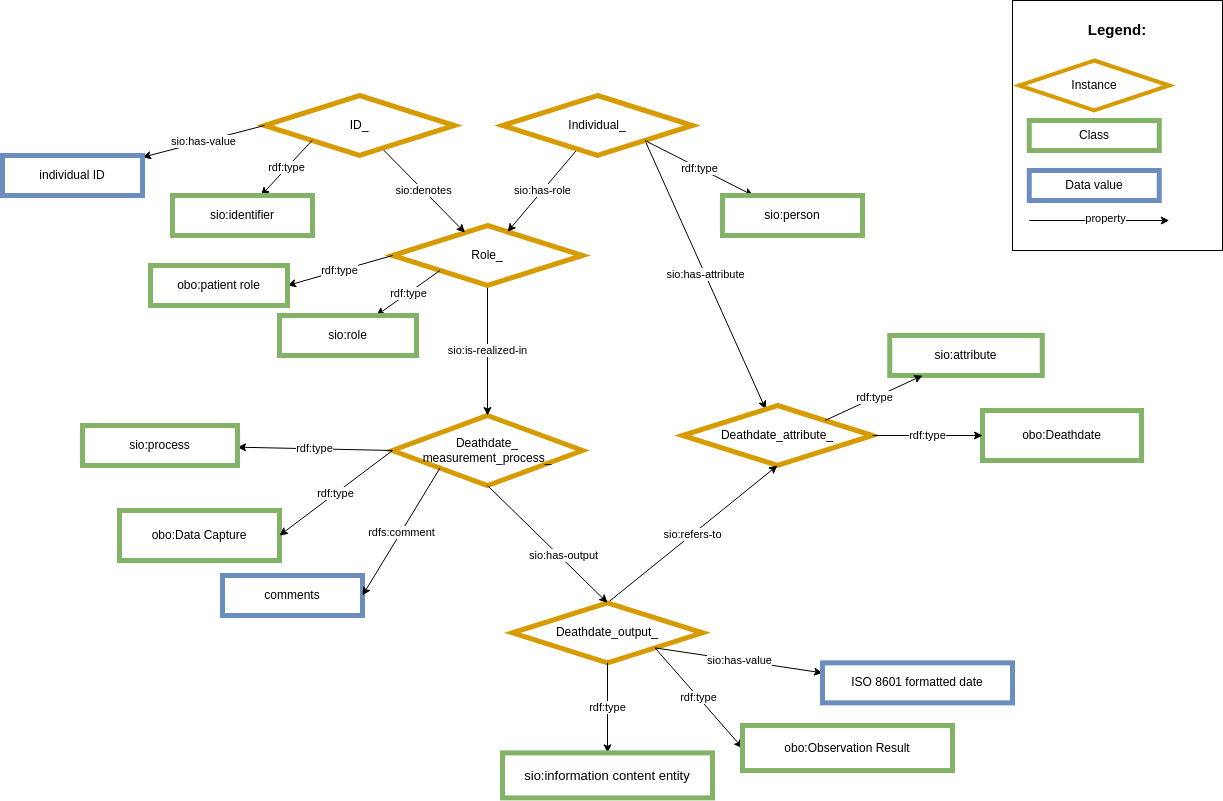
The draw.io diagram images/CARE-SM-Deathdate.png in CARE-SM/CARE-Semantic-Model, before a commit. Source tidied: cells renumbered, new cells last; positions are measured from the earlier drawing's top-left corner, leaving out a move shared by most shapes.
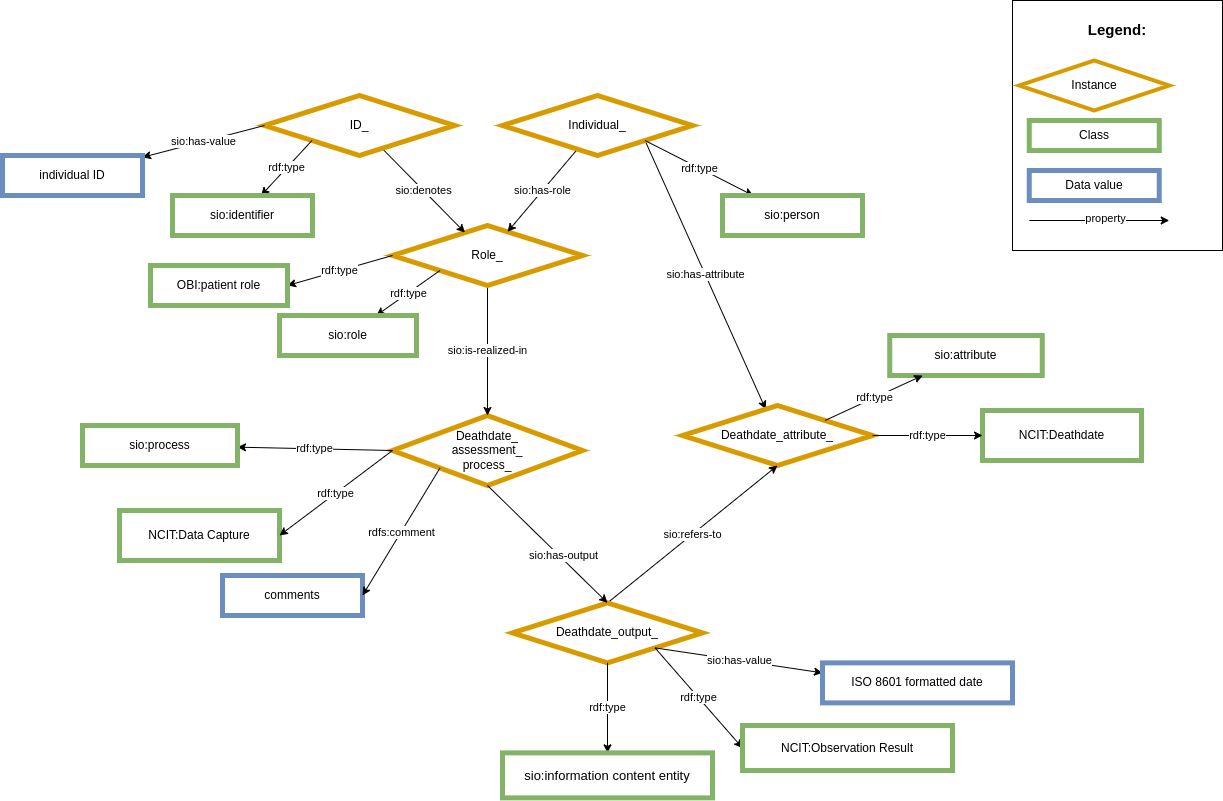
The same file after the commit.

What changed in the source:
```diff
@@ -2,7 +2,7 @@
   <root>
     <mxCell id="0" />
     <mxCell id="1" parent="0" />
-    <mxCell id="2" value="Deathdate_&lt;br&gt;measurement_process_" style="rhombus;whiteSpace=wrap;html=1;fillColor=#FFFFFF;strokeColor=#d79b00;strokeWidth=5;rounded=0;" parent="1" vertex="1">
+    <mxCell id="2" value="Deathdate_&lt;br&gt;assessment_&lt;br&gt;process_" style="rhombus;whiteSpace=wrap;html=1;fillColor=#FFFFFF;strokeColor=#d79b00;strokeWidth=5;rounded=0;" parent="1" vertex="1">
       <mxGeometry x="390" y="415" width="190" height="70" as="geometry" />
     </mxCell>
     <mxCell id="3" value="&lt;span style=&quot;color: rgb(0, 0, 0); font-family: Helvetica; font-size: 11px; font-style: normal; font-variant-ligatures: normal; font-variant-caps: normal; font-weight: 400; letter-spacing: normal; orphans: 2; text-align: center; text-indent: 0px; text-transform: none; widows: 2; word-spacing: 0px; -webkit-text-stroke-width: 0px; background-color: rgb(255, 255, 255); text-decoration-thickness: initial; text-decoration-style: initial; text-decoration-color: initial; float: none; display: inline !important;&quot;&gt;sio:is-realized-in&lt;/span&gt;" style="rounded=0;jettySize=auto;html=1;exitX=0.5;exitY=1;exitDx=0;exitDy=0;entryX=0.5;entryY=0;entryDx=0;entryDy=0;" parent="1" edge="1" source="5" target="2">
@@ -64,7 +64,7 @@
     <mxCell id="21" value="rdf:type" style="edgeStyle=none;rounded=0;jettySize=auto;html=1;exitX=0;exitY=0.5;exitDx=0;exitDy=0;entryX=1;entryY=0.5;entryDx=0;entryDy=0;" parent="1" edge="1" source="5" target="22">
       <mxGeometry relative="1" as="geometry" />
     </mxCell>
-    <mxCell id="22" value="obo:patient role" style="whiteSpace=wrap;html=1;fillColor=#FFFFFF;strokeColor=#82b366;strokeWidth=5;" parent="1" vertex="1">
+    <mxCell id="22" value="OBI:patient role" style="whiteSpace=wrap;html=1;fillColor=#FFFFFF;strokeColor=#82b366;strokeWidth=5;" parent="1" vertex="1">
       <mxGeometry x="148" y="265" width="137" height="40" as="geometry" />
     </mxCell>
     <mxCell id="23" value="sio:refers-to" style="edgeStyle=none;rounded=0;jettySize=auto;html=1;entryX=0.5;entryY=1;entryDx=0;entryDy=0;exitX=0.5;exitY=0;exitDx=0;exitDy=0;" parent="1" edge="1" source="24">
@@ -98,7 +98,7 @@
     <mxCell id="31" value="rdf:type" style="edgeStyle=none;rounded=0;jettySize=auto;html=1;exitX=1;exitY=1;exitDx=0;exitDy=0;entryX=0;entryY=0.5;entryDx=0;entryDy=0;" parent="1" edge="1" source="24" target="32">
       <mxGeometry relative="1" as="geometry" />
     </mxCell>
-    <mxCell id="32" value="obo:Observation Result" style="whiteSpace=wrap;html=1;fillColor=#FFFFFF;strokeColor=#82b366;strokeWidth=5;" parent="1" vertex="1">
+    <mxCell id="32" value="NCIT:Observation Result" style="whiteSpace=wrap;html=1;fillColor=#FFFFFF;strokeColor=#82b366;strokeWidth=5;" parent="1" vertex="1">
       <mxGeometry x="740" y="725" width="210" height="45" as="geometry" />
     </mxCell>
     <mxCell id="33" value="rdf:type" style="edgeStyle=none;rounded=0;jettySize=auto;html=1;exitX=0;exitY=0.5;exitDx=0;exitDy=0;" parent="1" edge="1" source="2" target="34">
@@ -107,13 +107,13 @@
     <mxCell id="34" value="sio:process" style="whiteSpace=wrap;html=1;fillColor=#FFFFFF;strokeColor=#82b366;strokeWidth=5;" parent="1" vertex="1">
       <mxGeometry x="80" y="425" width="155" height="40" as="geometry" />
     </mxCell>
-    <mxCell id="35" value="obo:Data Capture" style="whiteSpace=wrap;html=1;fillColor=#FFFFFF;strokeColor=#82b366;strokeWidth=5;" parent="1" vertex="1">
+    <mxCell id="35" value="NCIT:Data Capture" style="whiteSpace=wrap;html=1;fillColor=#FFFFFF;strokeColor=#82b366;strokeWidth=5;" parent="1" vertex="1">
       <mxGeometry x="117" y="510" width="160" height="50" as="geometry" />
     </mxCell>
     <mxCell id="36" value="comments" style="whiteSpace=wrap;html=1;fillColor=#FFFFFF;strokeColor=#6c8ebf;strokeWidth=5;" parent="1" vertex="1">
       <mxGeometry x="220" y="575" width="140" height="40" as="geometry" />
     </mxCell>
-    <mxCell id="37" value="obo:Deathdate&lt;span style=&quot;background-color: initial;&quot;&gt;&lt;br&gt;&lt;/span&gt;" style="whiteSpace=wrap;html=1;fillColor=#FFFFFF;strokeColor=#82b366;strokeWidth=5;" parent="1" vertex="1">
+    <mxCell id="37" value="NCIT:Deathdate&lt;span style=&quot;background-color: initial;&quot;&gt;&lt;br&gt;&lt;/span&gt;" style="whiteSpace=wrap;html=1;fillColor=#FFFFFF;strokeColor=#82b366;strokeWidth=5;" parent="1" vertex="1">
       <mxGeometry x="980" y="410" width="159" height="50" as="geometry" />
     </mxCell>
     <mxCell id="38" value="rdf:type" style="edgeStyle=none;rounded=0;jettySize=auto;html=1;exitX=1;exitY=0.5;exitDx=0;exitDy=0;entryX=0;entryY=0.5;entryDx=0;entryDy=0;" parent="1" edge="1" target="37">
```
